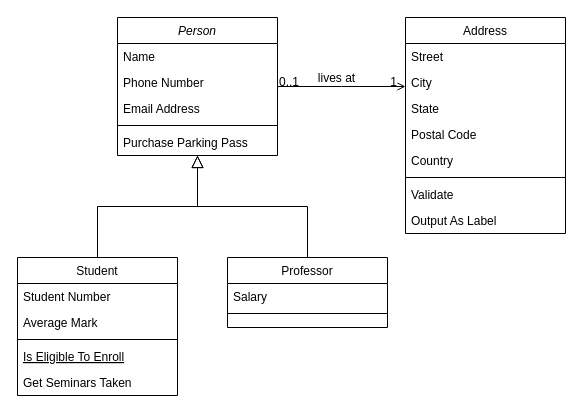
Above: Kasse.drawio in Talhak06/ProjektKasse (draw.io), before the change. Source tidied: cells renumbered, new cells numbered last; positions are measured from the earlier drawing's top-left corner, leaving out a move shared by most shapes. Both pictures are drawn from the tidied source at 100%, with x=0, y=0 at pixel (17, 17).
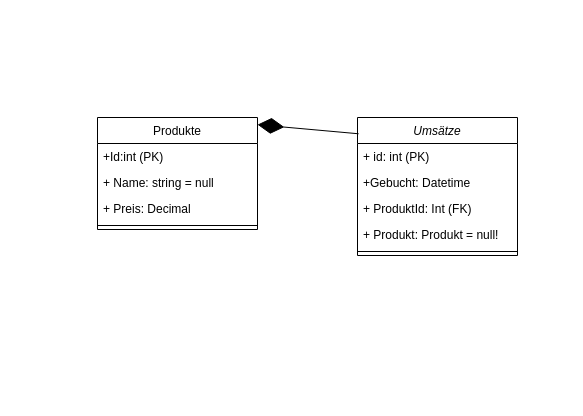
After the change.

Diff of the diagram source:
```diff
@@
-    <mxCell id="2" value="Person" style="swimlane;fontStyle=2;align=center;verticalAlign=top;horizontal=1;startSize=26;rounded=0;shadow=0;strokeWidth=1;" parent="1" vertex="1">
-      <mxGeometry x="100" width="160" height="138" as="geometry" />
+    <mxCell id="2" value="Umsätze" style="swimlane;fontStyle=2;align=center;verticalAlign=top;horizontal=1;startSize=26;rounded=0;shadow=0;strokeWidth=1;" parent="1" vertex="1">
+      <mxGeometry x="340" y="100" width="160" height="138" as="geometry" />
     </mxCell>
-    <mxCell id="3" value="Name" style="text;align=left;verticalAlign=top;spacingLeft=4;spacingRight=4;overflow=hidden;" parent="2" vertex="1">
+    <mxCell id="3" value="+ id: int (PK)" style="text;align=left;verticalAlign=top;spacingLeft=4;spacingRight=4;overflow=hidden;" parent="2" vertex="1">
       <mxGeometry y="26" width="160" height="26" as="geometry" />
     </mxCell>
-    <mxCell id="4" value="Phone Number" style="text;align=left;verticalAlign=top;spacingLeft=4;spacingRight=4;overflow=hidden;rounded=0;shadow=0;html=0;" parent="2" vertex="1">
+    <mxCell id="4" value="+Gebucht: Datetime" style="text;align=left;verticalAlign=top;spacingLeft=4;spacingRight=4;overflow=hidden;rounded=0;shadow=0;html=0;" parent="2" vertex="1">
       <mxGeometry y="52" width="160" height="26" as="geometry" />
     </mxCell>
-    <mxCell id="5" value="Email Address" style="text;align=left;verticalAlign=top;spacingLeft=4;spacingRight=4;overflow=hidden;rounded=0;shadow=0;html=0;" parent="2" vertex="1">
+    <mxCell id="5" value="+ ProduktId: Int (FK) " style="text;align=left;verticalAlign=top;spacingLeft=4;spacingRight=4;overflow=hidden;rounded=0;shadow=0;html=0;" parent="2" vertex="1">
       <mxGeometry y="78" width="160" height="26" as="geometry" />
     </mxCell>
+    <mxCell id="32" value="+ Produkt: Produkt = null!" style="text;align=left;verticalAlign=top;spacingLeft=4;spacingRight=4;overflow=hidden;rounded=0;shadow=0;html=0;" parent="2" vertex="1">
+      <mxGeometry y="104" width="160" height="26" as="geometry" />
+    </mxCell>
     <mxCell id="6" style="line;html=1;strokeWidth=1;align=left;verticalAlign=middle;spacingTop=-1;spacingLeft=3;spacingRight=3;labelPosition=right;" parent="2" vertex="1">
-      <mxGeometry y="104" width="160" height="8" as="geometry" />
+      <mxGeometry y="130" width="160" height="8" as="geometry" />
     </mxCell>
-    <mxCell id="7" value="Purchase Parking Pass" style="text;align=left;verticalAlign=top;spacingLeft=4;spacingRight=4;overflow=hidden;" parent="2" vertex="1">
-      <mxGeometry y="112" width="160" height="26" as="geometry" />
-    </mxCell>
-    <mxCell id="8" value="Student" style="swimlane;fontStyle=0;align=center;verticalAlign=top;horizontal=1;startSize=26;rounded=0;shadow=0;strokeWidth=1;" parent="1" vertex="1">
-      <mxGeometry y="240" width="160" height="138" as="geometry" />
-    </mxCell>
-    <mxCell id="9" value="Student Number" style="text;align=left;verticalAlign=top;spacingLeft=4;spacingRight=4;overflow=hidden;" parent="8" vertex="1">
-      <mxGeometry y="26" width="160" height="26" as="geometry" />
-    </mxCell>
-    <mxCell id="10" value="Average Mark" style="text;align=left;verticalAlign=top;spacingLeft=4;spacingRight=4;overflow=hidden;rounded=0;shadow=0;html=0;" parent="8" vertex="1">
-      <mxGeometry y="52" width="160" height="26" as="geometry" />
-    </mxCell>
-    <mxCell id="11" style="line;html=1;strokeWidth=1;align=left;verticalAlign=middle;spacingTop=-1;spacingLeft=3;spacingRight=3;labelPosition=right;" parent="8" vertex="1">
-      <mxGeometry y="78" width="160" height="8" as="geometry" />
-    </mxCell>
-    <mxCell id="12" value="Is Eligible To Enroll" style="text;align=left;verticalAlign=top;spacingLeft=4;spacingRight=4;overflow=hidden;fontStyle=4;" parent="8" vertex="1">
-      <mxGeometry y="86" width="160" height="26" as="geometry" />
-    </mxCell>
-    <mxCell id="13" value="Get Seminars Taken" style="text;align=left;verticalAlign=top;spacingLeft=4;spacingRight=4;overflow=hidden;" parent="8" vertex="1">
-      <mxGeometry y="112" width="160" height="26" as="geometry" />
-    </mxCell>
-    <mxCell id="14" style="endArrow=block;endSize=10;endFill=0;shadow=0;strokeWidth=1;rounded=0;edgeStyle=elbowEdgeStyle;elbow=vertical;" parent="1" edge="1" source="8" target="2">
-      <mxGeometry relative="1" as="geometry" />
-    </mxCell>
-    <mxCell id="15" value="Professor" style="swimlane;fontStyle=0;align=center;verticalAlign=top;horizontal=1;startSize=26;rounded=0;shadow=0;strokeWidth=1;" parent="1" vertex="1">
-      <mxGeometry x="210" y="240" width="160" height="70" as="geometry" />
-    </mxCell>
-    <mxCell id="16" value="Salary" style="text;align=left;verticalAlign=top;spacingLeft=4;spacingRight=4;overflow=hidden;" parent="15" vertex="1">
-      <mxGeometry y="26" width="160" height="26" as="geometry" />
-    </mxCell>
-    <mxCell id="17" style="line;html=1;strokeWidth=1;align=left;verticalAlign=middle;spacingTop=-1;spacingLeft=3;spacingRight=3;labelPosition=right;" parent="15" vertex="1">
-      <mxGeometry y="52" width="160" height="8" as="geometry" />
-    </mxCell>
-    <mxCell id="18" style="endArrow=block;endSize=10;endFill=0;shadow=0;strokeWidth=1;rounded=0;edgeStyle=elbowEdgeStyle;elbow=vertical;" parent="1" edge="1" source="15" target="2">
-      <mxGeometry relative="1" as="geometry" />
-    </mxCell>
-    <mxCell id="19" value="Address" style="swimlane;fontStyle=0;align=center;verticalAlign=top;horizontal=1;startSize=26;rounded=0;shadow=0;strokeWidth=1;" parent="1" vertex="1">
-      <mxGeometry x="388" width="160" height="216" as="geometry" />
+    <mxCell id="19" value="Produkte" style="swimlane;fontStyle=0;align=center;verticalAlign=top;horizontal=1;startSize=26;rounded=0;shadow=0;strokeWidth=1;" parent="1" vertex="1">
+      <mxGeometry x="80" y="100" width="160" height="112" as="geometry" />
     </mxCell>
-    <mxCell id="20" value="Street" style="text;align=left;verticalAlign=top;spacingLeft=4;spacingRight=4;overflow=hidden;" parent="19" vertex="1">
+    <mxCell id="20" value="+Id:int (PK)" style="text;align=left;verticalAlign=top;spacingLeft=4;spacingRight=4;overflow=hidden;" parent="19" vertex="1">
       <mxGeometry y="26" width="160" height="26" as="geometry" />
     </mxCell>
-    <mxCell id="21" value="City" style="text;align=left;verticalAlign=top;spacingLeft=4;spacingRight=4;overflow=hidden;rounded=0;shadow=0;html=0;" parent="19" vertex="1">
+    <mxCell id="21" value="+ Name: string = null" style="text;align=left;verticalAlign=top;spacingLeft=4;spacingRight=4;overflow=hidden;rounded=0;shadow=0;html=0;" parent="19" vertex="1">
       <mxGeometry y="52" width="160" height="26" as="geometry" />
     </mxCell>
-    <mxCell id="22" value="State" style="text;align=left;verticalAlign=top;spacingLeft=4;spacingRight=4;overflow=hidden;rounded=0;shadow=0;html=0;" parent="19" vertex="1">
+    <mxCell id="22" value="+ Preis: Decimal" style="text;align=left;verticalAlign=top;spacingLeft=4;spacingRight=4;overflow=hidden;rounded=0;shadow=0;html=0;" parent="19" vertex="1">
       <mxGeometry y="78" width="160" height="26" as="geometry" />
     </mxCell>
-    <mxCell id="23" value="Postal Code" style="text;align=left;verticalAlign=top;spacingLeft=4;spacingRight=4;overflow=hidden;rounded=0;shadow=0;html=0;" parent="19" vertex="1">
-      <mxGeometry y="104" width="160" height="26" as="geometry" />
-    </mxCell>
-    <mxCell id="24" value="Country" style="text;align=left;verticalAlign=top;spacingLeft=4;spacingRight=4;overflow=hidden;rounded=0;shadow=0;html=0;" parent="19" vertex="1">
-      <mxGeometry y="130" width="160" height="26" as="geometry" />
-    </mxCell>
     <mxCell id="25" style="line;html=1;strokeWidth=1;align=left;verticalAlign=middle;spacingTop=-1;spacingLeft=3;spacingRight=3;labelPosition=right;" parent="19" vertex="1">
-      <mxGeometry y="156" width="160" height="8" as="geometry" />
+      <mxGeometry y="104" width="160" height="8" as="geometry" />
     </mxCell>
-    <mxCell id="26" value="Validate" style="text;align=left;verticalAlign=top;spacingLeft=4;spacingRight=4;overflow=hidden;" parent="19" vertex="1">
-      <mxGeometry y="164" width="160" height="26" as="geometry" />
-    </mxCell>
-    <mxCell id="27" value="Output As Label" style="text;align=left;verticalAlign=top;spacingLeft=4;spacingRight=4;overflow=hidden;" parent="19" vertex="1">
-      <mxGeometry y="190" width="160" height="26" as="geometry" />
-    </mxCell>
-    <mxCell id="28" style="endArrow=open;shadow=0;strokeWidth=1;rounded=0;endFill=1;edgeStyle=elbowEdgeStyle;elbow=vertical;" parent="1" edge="1" source="2" target="19">
-      <mxGeometry x="0.5" y="41" relative="1" as="geometry">
-        <mxPoint x="-40" y="32" as="offset" />
-      </mxGeometry>
+    <mxCell id="28" style="endArrow=diamondThin;endFill=1;endSize=24;html=1;rounded=0;entryX=1;entryY=0.064;entryDx=0;entryDy=0;entryPerimeter=0;exitX=0.007;exitY=0.118;exitDx=0;exitDy=0;exitPerimeter=0;" parent="1" edge="1" source="2" target="19">
+      <mxGeometry relative="1" as="geometry" />
     </mxCell>
-    <mxCell id="29" value="0..1" style="align=left;verticalAlign=bottom;labelBackgroundColor=none;fontSize=12;" parent="28" vertex="1">
-      <mxGeometry x="-1" relative="1" as="geometry">
-        <mxPoint y="4" as="offset" />
-      </mxGeometry>
-    </mxCell>
-    <mxCell id="30" value="1" style="align=right;verticalAlign=bottom;labelBackgroundColor=none;fontSize=12;" parent="28" vertex="1">
-      <mxGeometry x="1" relative="1" as="geometry">
-        <mxPoint x="-7" y="4" as="offset" />
-      </mxGeometry>
-    </mxCell>
-    <mxCell id="31" value="lives at" style="text;html=1;align=center;verticalAlign=middle;labelBackgroundColor=none;rounded=0;shadow=0;strokeWidth=1;fontSize=12;" parent="28" vertex="1">
-      <mxGeometry x="0.5" y="49" relative="1" as="geometry">
-        <mxPoint x="-38" y="40" as="offset" />
-      </mxGeometry>
-    </mxCell>
```
